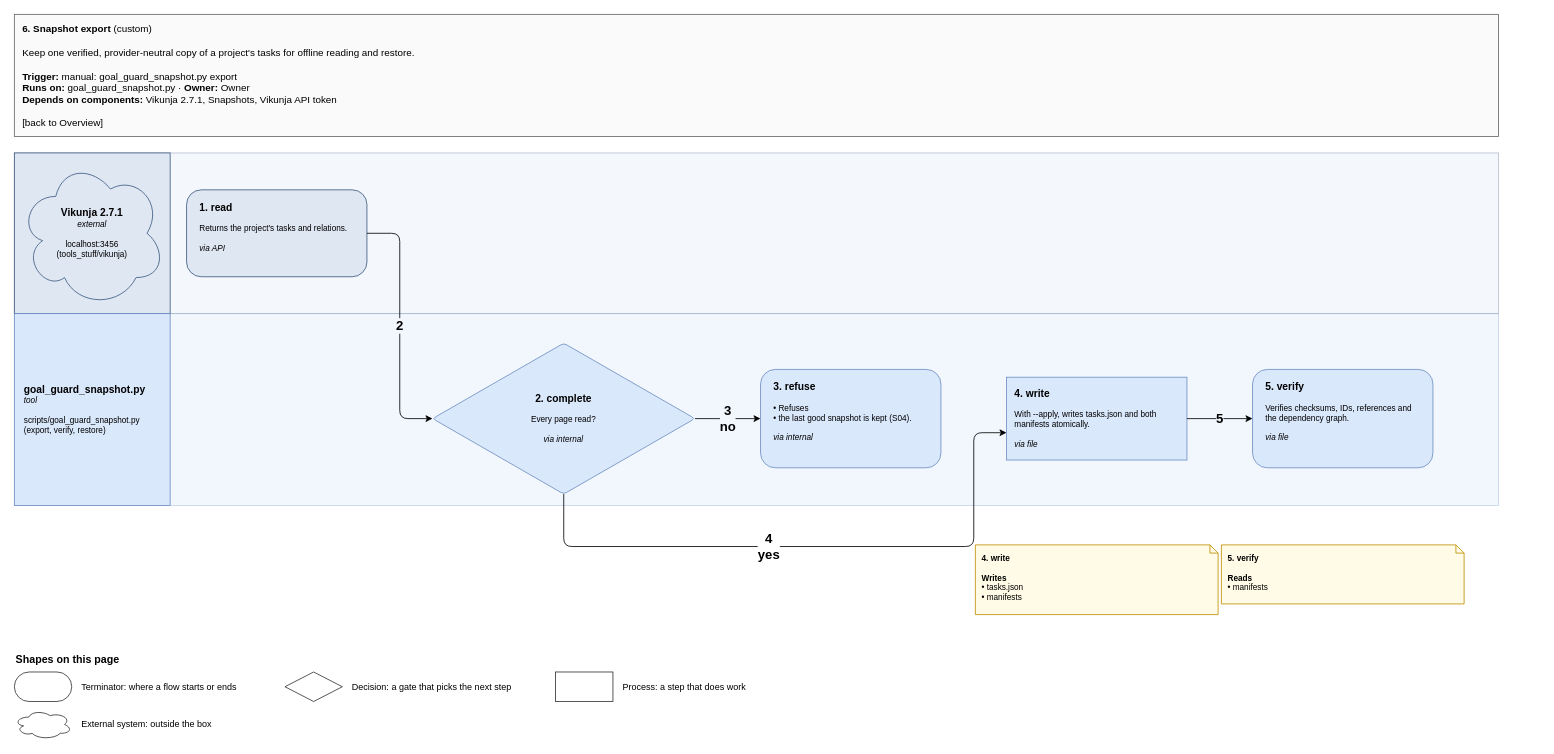
amalikn/skills_stuff keeps this draw.io diagram as page "6. Snapshot export" (8 of 9) of specialists/project/skill-goal-guard/docs/goal-guard-flows/goal_guard_flows.drawio. Above is the earlier version. Source tidied: cells renumbered, new cells numbered last; positions are measured from the earlier drawing's top-left corner, leaving out a move shared by most shapes. Both pictures are drawn from the tidied source at 82%, with x=0, y=0 at pixel (14, 14).
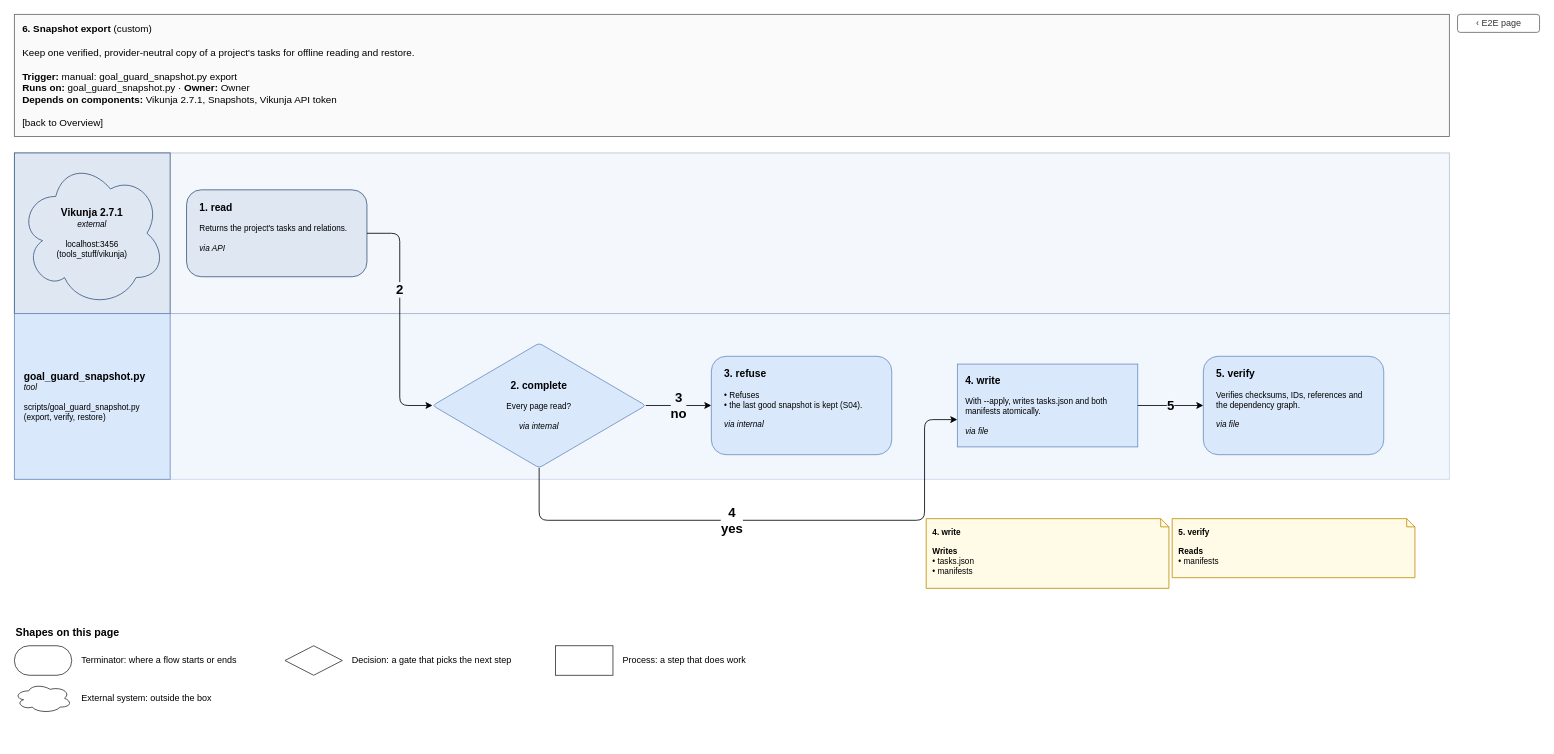
The same diagram, later.

Commit message (it also covers changes not shown here):
skill-goal-guard: flows drawing re-rendered with skill-drawio 3ec22cc (no page worse: crossings 29 to 25)

The change refers to these unchanged cells:
```xml
<mxCell id="8" value="&lt;span style=&quot;font-size:125%&quot;&gt;&lt;b&gt;1. read&lt;/b&gt;&lt;/span&gt;&lt;br&gt; &lt;br&gt;Returns the project&amp;#x27;s tasks and relations.&lt;br&gt; &lt;br&gt;&lt;i&gt;via API&lt;/i&gt;" style="rounded=1;whiteSpace=wrap;html=1;fillColor=#dfe7f3;strokeColor=#3d5a80;fontSize=11;arcSize=8;fontSize=10;align=left;verticalAlign=top;spacingLeft=8;spacingRight=6;spacingTop=6;rounded=1;absoluteArcSize=1;arcSize=36;spacingLeft=14;spacingRight=12;spacingTop=8;" parent="1" vertex="1">
  <mxGeometry x="210" y="214" width="220" height="106" as="geometry" />
</mxCell>
```

The edit, as a diff of the source:
```diff
@@
     <mxCell id="2" value="&lt;b&gt;6. Snapshot export&lt;/b&gt; (custom)&lt;br&gt; &lt;br&gt;Keep one verified, provider-neutral copy of a project&amp;#x27;s tasks for offline reading and restore.&lt;br&gt; &lt;br&gt;&lt;b&gt;Trigger:&lt;/b&gt; manual: goal_guard_snapshot.py export&lt;br&gt;&lt;b&gt;Runs on:&lt;/b&gt; goal_guard_snapshot.py · &lt;b&gt;Owner:&lt;/b&gt; Owner&lt;br&gt;&lt;b&gt;Depends on components:&lt;/b&gt; Vikunja 2.7.1, Snapshots, Vikunja API token&lt;br&gt; &lt;br&gt;[back to Overview]" style="rounded=0;whiteSpace=wrap;html=1;fillColor=#fafafa;strokeColor=#666666;align=left;verticalAlign=top;spacingLeft=8;spacingTop=4;fontSize=12;" parent="1" vertex="1">
-      <mxGeometry width="1810" height="149" as="geometry" />
+      <mxGeometry width="1750" height="149" as="geometry" />
     </mxCell>
+    <mxCell id="32" value="‹ E2E page" style="rounded=1;html=1;fillColor=#ffffff;strokeColor=#666666;fontColor=#333333;fontSize=11;align=center;verticalAlign=middle;" parent="1" vertex="1">
+      <mxGeometry x="1760" width="100" height="22" as="geometry" />
+    </mxCell>
     <mxCell id="3" style="rounded=0;html=1;fillColor=#dfe7f3;strokeColor=#3d5a80;opacity=35;" parent="1" vertex="1">
-      <mxGeometry y="169" width="1810" height="196" as="geometry" />
+      <mxGeometry y="169" width="1750" height="196" as="geometry" />
     </mxCell>
@@
     <mxCell id="6" style="rounded=0;html=1;fillColor=#dae8fc;strokeColor=#6c8ebf;opacity=35;" parent="1" vertex="1">
-      <mxGeometry y="365" width="1810" height="234" as="geometry" />
+      <mxGeometry y="365" width="1750" height="202" as="geometry" />
     </mxCell>
     <mxCell id="7" value="&lt;span style=&quot;font-size:125%&quot;&gt;&lt;b&gt;goal_guard_snapshot.py&lt;/b&gt;&lt;/span&gt;&lt;br&gt;&lt;i&gt;tool&lt;/i&gt;&lt;br&gt; &lt;br&gt;scripts/goal_guard_snapshot.py (export, verify, restore)" style="rounded=1;whiteSpace=wrap;html=1;fillColor=#dae8fc;strokeColor=#6c8ebf;fontSize=11;arcSize=8;rounded=0;align=left;verticalAlign=middle;spacingLeft=10;spacingRight=8;fontSize=10;" parent="1" vertex="1">
-      <mxGeometry y="365" width="190" height="234" as="geometry" />
+      <mxGeometry y="365" width="190" height="202" as="geometry" />
     </mxCell>
@@
-    <mxCell id="9" value="&lt;span style=&quot;font-size:125%&quot;&gt;&lt;b&gt;2. complete&lt;/b&gt;&lt;/span&gt;&lt;br&gt; &lt;br&gt;Every page read?&lt;br&gt; &lt;br&gt;&lt;i&gt;via internal&lt;/i&gt;" style="rounded=1;whiteSpace=wrap;html=1;fillColor=#dae8fc;strokeColor=#6c8ebf;fontSize=11;arcSize=8;fontSize=10;align=left;verticalAlign=top;spacingLeft=8;spacingRight=6;spacingTop=6;rhombus;align=center;verticalAlign=middle;spacingLeft=72;spacingRight=72;spacingTop=0;" parent="1" vertex="1">
-      <mxGeometry x="510" y="401" width="320" height="184" as="geometry" />
+    <mxCell id="9" value="&lt;span style=&quot;font-size:125%&quot;&gt;&lt;b&gt;2. complete&lt;/b&gt;&lt;/span&gt;&lt;br&gt; &lt;br&gt;Every page read?&lt;br&gt; &lt;br&gt;&lt;i&gt;via internal&lt;/i&gt;" style="rounded=1;whiteSpace=wrap;html=1;fillColor=#dae8fc;strokeColor=#6c8ebf;fontSize=11;arcSize=8;fontSize=10;align=left;verticalAlign=top;spacingLeft=8;spacingRight=6;spacingTop=6;rhombus;align=center;verticalAlign=middle;spacingLeft=72;spacingRight=72;spacingTop=0;spacingLeft=65;spacingRight=65;spacingTop=0;spacingBottom=0;" parent="1" vertex="1">
+      <mxGeometry x="510" y="401" width="260" height="152" as="geometry" />
     </mxCell>
     <mxCell id="10" value="&lt;span style=&quot;font-size:125%&quot;&gt;&lt;b&gt;3. refuse&lt;/b&gt;&lt;/span&gt;&lt;br&gt; &lt;br&gt;• Refuses&lt;br&gt;• the last good snapshot is kept (S04).&lt;br&gt; &lt;br&gt;&lt;i&gt;via internal&lt;/i&gt;" style="rounded=1;whiteSpace=wrap;html=1;fillColor=#dae8fc;strokeColor=#6c8ebf;fontSize=11;arcSize=8;fontSize=10;align=left;verticalAlign=top;spacingLeft=8;spacingRight=6;spacingTop=6;rounded=1;absoluteArcSize=1;arcSize=36;spacingLeft=14;spacingRight=12;spacingTop=8;" parent="1" vertex="1">
-      <mxGeometry x="910" y="433" width="220" height="120" as="geometry" />
+      <mxGeometry x="850" y="417" width="220" height="120" as="geometry" />
     </mxCell>
     <mxCell id="11" value="&lt;span style=&quot;font-size:125%&quot;&gt;&lt;b&gt;4. write&lt;/b&gt;&lt;/span&gt;&lt;br&gt; &lt;br&gt;With --apply, writes tasks.json and both manifests atomically.&lt;br&gt; &lt;br&gt;&lt;i&gt;via file&lt;/i&gt;" style="rounded=1;whiteSpace=wrap;html=1;fillColor=#dae8fc;strokeColor=#6c8ebf;fontSize=11;arcSize=8;fontSize=10;align=left;verticalAlign=top;spacingLeft=8;spacingRight=6;spacingTop=6;rounded=0;" parent="1" vertex="1">
-      <mxGeometry x="1210" y="442.5" width="220" height="101" as="geometry" />
+      <mxGeometry x="1150" y="426.5" width="220" height="101" as="geometry" />
     </mxCell>
     <mxCell id="12" value="&lt;b&gt;4. write&lt;/b&gt;&lt;br&gt; &lt;br&gt;&lt;b&gt;Writes&lt;/b&gt;&lt;br&gt;• tasks.json&lt;br&gt;• manifests" style="shape=note;whiteSpace=wrap;html=1;size=10;fillColor=#fffbe6;strokeColor=#bf9000;align=left;verticalAlign=top;spacingLeft=6;spacingTop=4;fontSize=10;" parent="1" vertex="1">
-      <mxGeometry x="1172" y="647" width="296" height="85" as="geometry" />
+      <mxGeometry x="1112" y="615" width="296" height="85" as="geometry" />
     </mxCell>
     <mxCell id="13" value="&lt;span style=&quot;font-size:125%&quot;&gt;&lt;b&gt;5. verify&lt;/b&gt;&lt;/span&gt;&lt;br&gt; &lt;br&gt;Verifies checksums, IDs, references and the dependency graph.&lt;br&gt; &lt;br&gt;&lt;i&gt;via file&lt;/i&gt;" style="rounded=1;whiteSpace=wrap;html=1;fillColor=#dae8fc;strokeColor=#6c8ebf;fontSize=11;arcSize=8;fontSize=10;align=left;verticalAlign=top;spacingLeft=8;spacingRight=6;spacingTop=6;rounded=1;absoluteArcSize=1;arcSize=36;spacingLeft=14;spacingRight=12;spacingTop=8;" parent="1" vertex="1">
-      <mxGeometry x="1510" y="433" width="220" height="120" as="geometry" />
+      <mxGeometry x="1450" y="417" width="220" height="120" as="geometry" />
     </mxCell>
     <mxCell id="14" value="&lt;b&gt;5. verify&lt;/b&gt;&lt;br&gt; &lt;br&gt;&lt;b&gt;Reads&lt;/b&gt;&lt;br&gt;• manifests" style="shape=note;whiteSpace=wrap;html=1;size=10;fillColor=#fffbe6;strokeColor=#bf9000;align=left;verticalAlign=top;spacingLeft=6;spacingTop=4;fontSize=10;" parent="1" vertex="1">
-      <mxGeometry x="1472" y="647" width="296" height="72" as="geometry" />
+      <mxGeometry x="1412" y="615" width="296" height="72" as="geometry" />
     </mxCell>
     <mxCell id="15" value="&lt;b&gt;Shapes on this page&lt;/b&gt;" style="text;html=1;align=left;fontSize=13;" parent="1" vertex="1">
-      <mxGeometry y="772" width="300" height="24" as="geometry" />
+      <mxGeometry y="740" width="300" height="24" as="geometry" />
     </mxCell>
     <mxCell id="16" style="whiteSpace=wrap;html=1;fillColor=#ffffff;strokeColor=#333333;rounded=1;absoluteArcSize=1;arcSize=36;spacingLeft=14;spacingRight=12;spacingTop=8;" parent="1" vertex="1">
-      <mxGeometry y="802" width="70" height="36" as="geometry" />
+      <mxGeometry y="770" width="70" height="36" as="geometry" />
     </mxCell>
     <mxCell id="17" value="Terminator: where a flow starts or ends" style="text;html=1;align=left;verticalAlign=middle;whiteSpace=wrap;fontSize=11;" parent="1" vertex="1">
-      <mxGeometry x="80" y="802" width="240" height="36" as="geometry" />
+      <mxGeometry x="80" y="770" width="240" height="36" as="geometry" />
     </mxCell>
     <mxCell id="18" style="whiteSpace=wrap;html=1;fillColor=#ffffff;strokeColor=#333333;rhombus;align=center;verticalAlign=middle;spacingLeft=72;spacingRight=72;spacingTop=0;" parent="1" vertex="1">
-      <mxGeometry x="330" y="802" width="70" height="36" as="geometry" />
+      <mxGeometry x="330" y="770" width="70" height="36" as="geometry" />
     </mxCell>
     <mxCell id="19" value="Decision: a gate that picks the next step" style="text;html=1;align=left;verticalAlign=middle;whiteSpace=wrap;fontSize=11;" parent="1" vertex="1">
-      <mxGeometry x="410" y="802" width="240" height="36" as="geometry" />
+      <mxGeometry x="410" y="770" width="240" height="36" as="geometry" />
     </mxCell>
     <mxCell id="20" style="whiteSpace=wrap;html=1;fillColor=#ffffff;strokeColor=#333333;rounded=0;" parent="1" vertex="1">
-      <mxGeometry x="660" y="802" width="70" height="36" as="geometry" />
+      <mxGeometry x="660" y="770" width="70" height="36" as="geometry" />
     </mxCell>
     <mxCell id="21" value="Process: a step that does work" style="text;html=1;align=left;verticalAlign=middle;whiteSpace=wrap;fontSize=11;" parent="1" vertex="1">
-      <mxGeometry x="740" y="802" width="240" height="36" as="geometry" />
+      <mxGeometry x="740" y="770" width="240" height="36" as="geometry" />
     </mxCell>
     <mxCell id="22" style="whiteSpace=wrap;html=1;fillColor=#ffffff;strokeColor=#333333;ellipse;shape=cloud;align=center;spacingLeft=30;spacingRight=28;spacingTop=26;" parent="1" vertex="1">
-      <mxGeometry y="848" width="70" height="36" as="geometry" />
+      <mxGeometry y="816" width="70" height="36" as="geometry" />
     </mxCell>
     <mxCell id="23" value="External system: outside the box" style="text;html=1;align=left;verticalAlign=middle;whiteSpace=wrap;fontSize=11;" parent="1" vertex="1">
-      <mxGeometry x="80" y="848" width="240" height="36" as="geometry" />
+      <mxGeometry x="80" y="816" width="240" height="36" as="geometry" />
     </mxCell>
-    <mxCell id="24" style="edgeStyle=none;rounded=1;html=1;endArrow=classic;endFill=1;jumpStyle=arc;jumpSize=6;strokeColor=#000000;exitX=1;exitY=0.5;entryX=0;entryY=0.5;exitPerimeter=0;entryPerimeter=0;" parent="1" edge="1" source="8" target="9">
-      <mxGeometry relative="1" as="geometry">
-        <Array as="points">
-          <mxPoint x="470" y="267" />
-          <mxPoint x="470" y="493" />
-        </Array>
-      </mxGeometry>
-    </mxCell>
-    <mxCell id="25" value="&lt;b&gt;2&lt;/b&gt;" style="text;html=1;align=center;verticalAlign=middle;fontSize=16;fontStyle=1;labelBackgroundColor=#f2f7fe;fontColor=#000000;" parent="1" vertex="1">
-      <mxGeometry x="456.5" y="369" width="27" height="22" as="geometry" />
-    </mxCell>
     <mxCell id="26" style="edgeStyle=none;rounded=1;html=1;endArrow=classic;endFill=1;jumpStyle=arc;jumpSize=6;strokeColor=#000000;exitX=1;exitY=0.5;entryX=0;entryY=0.5;exitPerimeter=0;entryPerimeter=0;" parent="1" edge="1" source="11" target="13">
       <mxGeometry relative="1" as="geometry">
         <Array as="points">
-          <mxPoint x="1470" y="493" />
+          <mxPoint x="1410" y="477" />
         </Array>
       </mxGeometry>
     </mxCell>
     <mxCell id="27" value="&lt;b&gt;5&lt;/b&gt;" style="text;html=1;align=center;verticalAlign=middle;fontSize=16;fontStyle=1;labelBackgroundColor=#f2f7fe;fontColor=#000000;" parent="1" vertex="1">
-      <mxGeometry x="1456.5" y="482" width="27" height="22" as="geometry" />
+      <mxGeometry x="1396.5" y="466" width="27" height="22" as="geometry" />
     </mxCell>
     <mxCell id="28" style="edgeStyle=none;rounded=1;html=1;endArrow=classic;endFill=1;jumpStyle=arc;jumpSize=6;strokeColor=#000000;exitX=1;exitY=0.5;entryX=0;entryY=0.5;exitPerimeter=0;entryPerimeter=0;" parent="1" edge="1" source="9" target="10">
       <mxGeometry relative="1" as="geometry">
         <Array as="points">
-          <mxPoint x="870" y="493" />
+          <mxPoint x="810" y="477" />
         </Array>
       </mxGeometry>
     </mxCell>
     <mxCell id="29" value="&lt;b&gt;3&lt;/b&gt;&lt;br&gt;&lt;b&gt;no&lt;/b&gt;" style="text;html=1;align=center;verticalAlign=middle;fontSize=16;fontStyle=1;labelBackgroundColor=#f2f7fe;fontColor=#000000;" parent="1" vertex="1">
-      <mxGeometry x="852" y="474.5" width="36" height="37" as="geometry" />
+      <mxGeometry x="792" y="458.5" width="36" height="37" as="geometry" />
     </mxCell>
+    <mxCell id="24" style="edgeStyle=none;rounded=1;html=1;endArrow=classic;endFill=1;jumpStyle=arc;jumpSize=6;strokeColor=#000000;exitX=1;exitY=0.5;entryX=0;entryY=0.5;exitPerimeter=0;entryPerimeter=0;" parent="1" edge="1" source="8" target="9">
+      <mxGeometry relative="1" as="geometry">
+        <Array as="points">
+          <mxPoint x="470" y="267" />
+          <mxPoint x="470" y="477" />
+        </Array>
+      </mxGeometry>
+    </mxCell>
+    <mxCell id="25" value="&lt;b&gt;2&lt;/b&gt;" style="text;html=1;align=center;verticalAlign=middle;fontSize=16;fontStyle=1;labelBackgroundColor=#f4f7fb;fontColor=#000000;" parent="1" vertex="1">
+      <mxGeometry x="456.5" y="325.3" width="27" height="22" as="geometry" />
+    </mxCell>
     <mxCell id="30" style="edgeStyle=none;rounded=1;html=1;endArrow=classic;endFill=1;jumpStyle=arc;jumpSize=6;strokeColor=#000000;exitX=0.5;exitY=1;entryX=0;entryY=0.6703;exitPerimeter=0;entryPerimeter=0;" parent="1" edge="1" source="9" target="11">
       <mxGeometry relative="1" as="geometry">
         <Array as="points">
-          <mxPoint x="670" y="649" />
-          <mxPoint x="1170" y="649" />
-          <mxPoint x="1170" y="510.2" />
+          <mxPoint x="640" y="617" />
+          <mxPoint x="1110" y="617" />
+          <mxPoint x="1110" y="494.2" />
         </Array>
       </mxGeometry>
     </mxCell>
     <mxCell id="31" value="&lt;b&gt;4&lt;/b&gt;&lt;br&gt;&lt;b&gt;yes&lt;/b&gt;" style="text;html=1;align=center;verticalAlign=middle;fontSize=16;fontStyle=1;labelBackgroundColor=#ffffff;fontColor=#000000;" parent="1" vertex="1">
-      <mxGeometry x="897.5" y="630.5" width="45" height="37" as="geometry" />
+      <mxGeometry x="852.5" y="598.5" width="45" height="37" as="geometry" />
     </mxCell>
```
